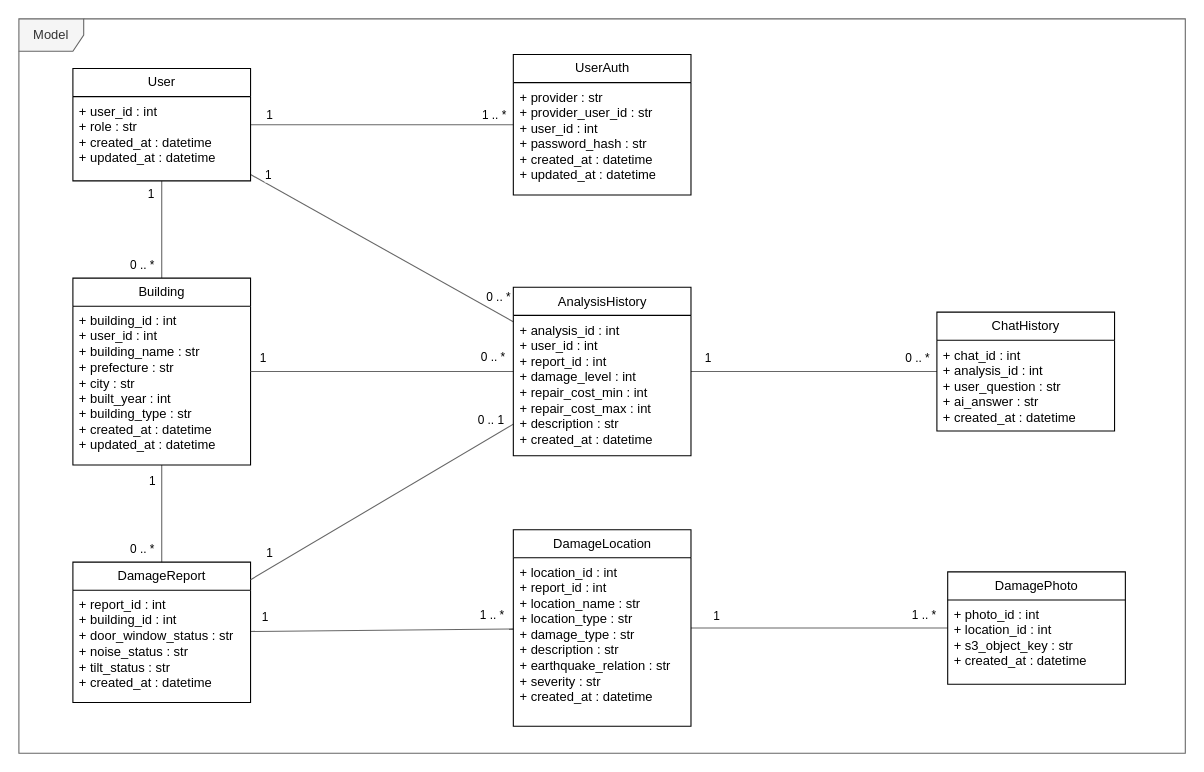
The draw.io diagram page "Model間の多重度" (5 of 5) of 20_システム設計書/図25_クラス.drawio in Kotarou-Tanoue/tanouesoftware, before the edit. Source tidied: cells renumbered, new cells numbered last; positions are measured from the earlier drawing's top-left corner, leaving out a move shared by most shapes. Both pictures are drawn from the tidied source at 108%, with x=0, y=0 at pixel (18, 18).
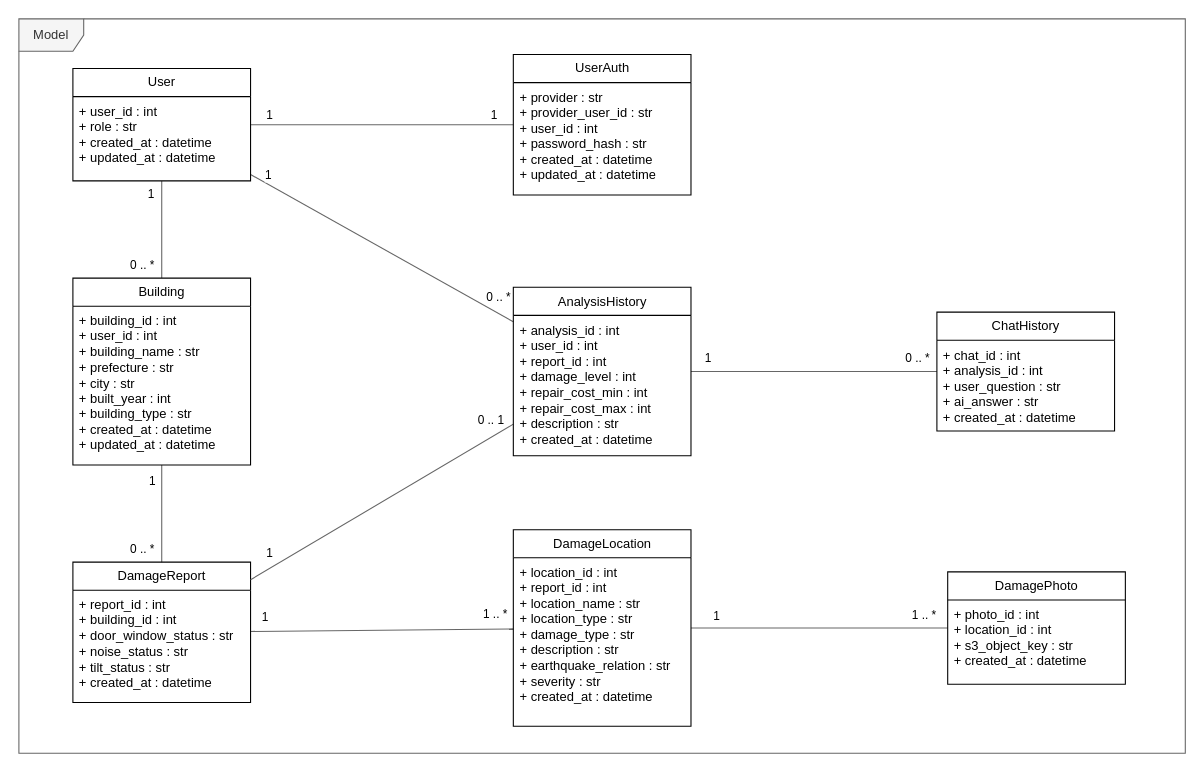
The same page after the edit.

Unchanged cells that the change refers to:
```xml
<mxCell id="3" style="edgeStyle=none;shape=connector;rounded=0;jettySize=auto;html=1;strokeColor=#666666;align=center;verticalAlign=middle;fontFamily=Helvetica;fontSize=11;fontColor=default;labelBackgroundColor=default;startSize=10;endArrow=none;endFill=0;endSize=10;fillColor=#ffe6cc;" parent="1" edge="1" source="12" target="14">
  <mxGeometry relative="1" as="geometry" />
</mxCell>
<mxCell id="19" value="Building" style="swimlane;fontStyle=0;horizontal=1;startSize=26;fillColor=none;whiteSpace=wrap;html=1;" parent="1" vertex="1">
  <mxGeometry x="50" y="240" width="164.5" height="173" as="geometry" />
</mxCell>
<mxCell id="21" style="edgeStyle=none;shape=connector;rounded=0;jettySize=auto;html=1;strokeColor=#666666;align=center;verticalAlign=middle;fontFamily=Helvetica;fontSize=11;fontColor=default;labelBackgroundColor=default;startSize=10;endArrow=none;endFill=0;endSize=10;fillColor=#ffe6cc;" parent="1" edge="1" source="24" target="29">
  <mxGeometry relative="1" as="geometry" />
</mxCell>
<mxCell id="42" value="AnalysisHistory" style="swimlane;fontStyle=0;horizontal=1;startSize=26;fillColor=none;whiteSpace=wrap;html=1;" parent="1" vertex="1">
  <mxGeometry x="457.8" y="248.5" width="164.5" height="156" as="geometry" />
</mxCell>
```

The edit, as a diff of the source:
```diff
@@
-    <mxCell id="5" value="1 .. *" style="edgeLabel;html=1;align=center;verticalAlign=middle;fontFamily=Helvetica;fontSize=11;fontColor=default;labelBackgroundColor=default;spacingBottom=20;" parent="3" vertex="1">
+    <mxCell id="5" value="1" style="edgeLabel;html=1;align=center;verticalAlign=middle;fontFamily=Helvetica;fontSize=11;fontColor=default;labelBackgroundColor=default;spacingBottom=20;" parent="3" vertex="1">
       <mxGeometry x="0.85" relative="1" as="geometry" />
     </mxCell>
@@
     <mxCell id="23" value="1 .. *" style="edgeLabel;html=1;align=center;verticalAlign=bottom;fontFamily=Helvetica;fontSize=11;fontColor=default;labelBackgroundColor=default;labelPosition=center;verticalLabelPosition=top;spacingBottom=5;" parent="21" vertex="1">
-      <mxGeometry x="0.83" relative="1" as="geometry" />
+      <mxGeometry x="0.83" relative="1" as="geometry">
+        <mxPoint x="3" y="-1" as="offset" />
+      </mxGeometry>
     </mxCell>
@@
-    <mxCell id="36" style="edgeStyle=none;shape=connector;rounded=0;jettySize=auto;html=1;strokeColor=#666666;align=center;verticalAlign=middle;fontFamily=Helvetica;fontSize=11;fontColor=default;labelBackgroundColor=default;startSize=10;endArrow=none;endFill=0;endSize=10;fillColor=#ffe6cc;" parent="1" edge="1" source="42" target="19">
-      <mxGeometry relative="1" as="geometry" />
-    </mxCell>
-    <mxCell id="37" value="1" style="edgeLabel;html=1;align=center;verticalAlign=bottom;fontFamily=Helvetica;fontSize=11;fontColor=default;labelBackgroundColor=default;labelPosition=center;verticalLabelPosition=top;spacingBottom=5;" parent="36" vertex="1">
-      <mxGeometry x="0.91" relative="1" as="geometry" />
-    </mxCell>
-    <mxCell id="38" value="0 .. *" style="edgeLabel;html=1;align=center;verticalAlign=bottom;fontFamily=Helvetica;fontSize=11;fontColor=default;labelBackgroundColor=default;labelPosition=center;verticalLabelPosition=top;spacingBottom=5;" parent="36" vertex="1">
-      <mxGeometry x="-0.84" y="-1" relative="1" as="geometry" />
-    </mxCell>
```
